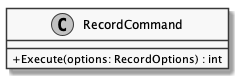
Earlier version of the PlantUML export documents/sd/resources/Classes/Core/CLI/RecordCommand.png (insightmind/MORR). The source it was exported from:
```plantuml
@startuml
skinparam monochrome true
skinparam classAttributeIconSize 0

class RecordCommand {
    + Execute(options: RecordOptions) : int
}

@enduml
```
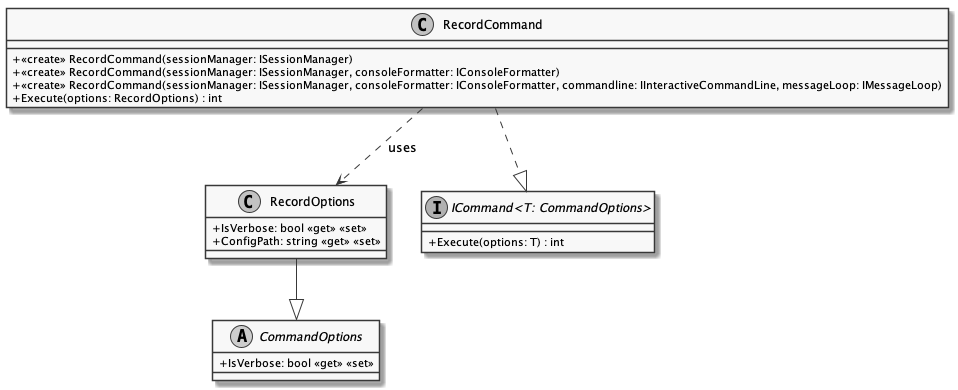
The same diagram one commit later.

What changed in the source:
```diff
@@ -1,9 +1,27 @@
-@startuml
+@startuml RecordCommand
 skinparam monochrome true
 skinparam classAttributeIconSize 0
 
 class RecordCommand {
+    + <<create>> RecordCommand(sessionManager: ISessionManager)
+    + <<create>> RecordCommand(sessionManager: ISessionManager, consoleFormatter: IConsoleFormatter)
+    + <<create>> RecordCommand(sessionManager: ISessionManager, consoleFormatter: IConsoleFormatter, commandline: IInteractiveCommandLine, messageLoop: IMessageLoop)
     + Execute(options: RecordOptions) : int
 }
 
+class RecordOptions {
+    + IsVerbose: bool <<get>> <<set>>
+    + ConfigPath: string <<get>> <<set>>
+}
+interface "ICommand<T: CommandOptions>" {
+    + Execute(options: T) : int
+}
+abstract class CommandOptions {
+    + IsVerbose: bool <<get>> <<set>>
+}
+
+RecordOptions --|> CommandOptions
+RecordCommand ..> RecordOptions : "uses"
+RecordCommand ..|> "ICommand<T: CommandOptions>"
+
 @enduml
```
